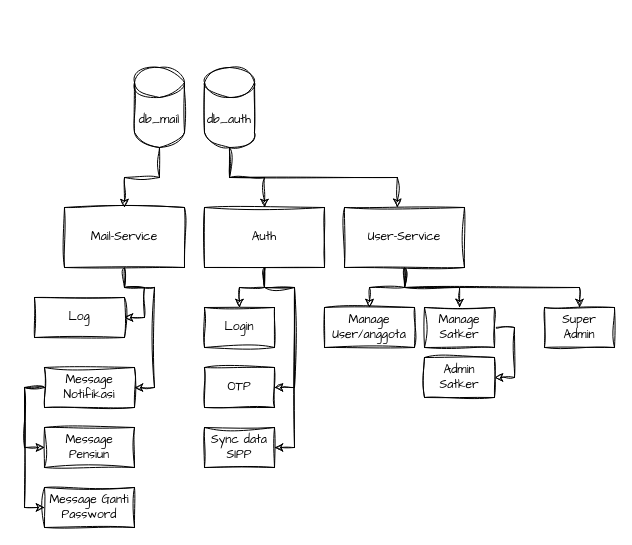
fsdio/draw.io.dev keeps this draw.io diagram as page "service" (4 of 4) of admin_polri.drawio. Above is the earlier version. Source tidied: cells renumbered, new cells numbered last; positions are measured from the earlier drawing's top-left corner, leaving out a move shared by most shapes. Both pictures are drawn from the tidied source at 100%, with x=0, y=0 at pixel (34, 67).
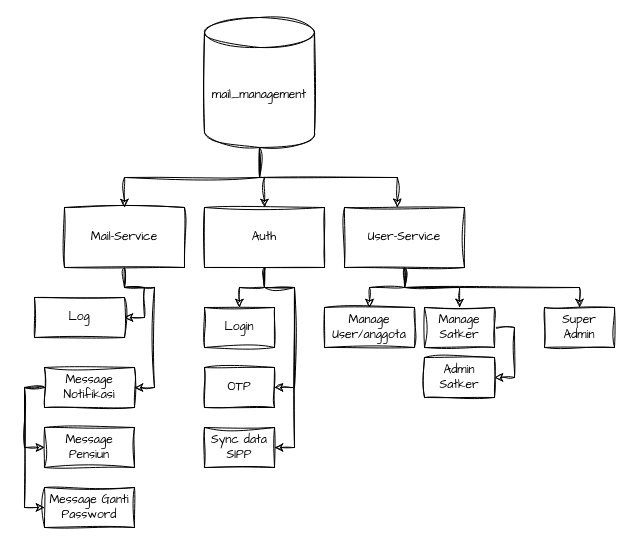
The same diagram, later.

The change refers to these unchanged cells:
```xml
<mxCell id="7" value="Mail-Service" style="rounded=0;whiteSpace=wrap;html=1;hachureGap=4;fontFamily=Architects Daughter;sketch=1;curveFitting=1;jiggle=2;" parent="1" vertex="1">
  <mxGeometry x="30" y="140" width="120" height="60" as="geometry" />
</mxCell>
```

Diff of the diagram source:
```diff
@@
+    <mxCell id="32" style="edgeStyle=orthogonalEdgeStyle;rounded=0;sketch=1;hachureGap=4;jiggle=2;curveFitting=1;jettySize=auto;html=1;exitX=0.5;exitY=1;exitDx=0;exitDy=0;exitPerimeter=0;entryX=0.5;entryY=0;entryDx=0;entryDy=0;fontFamily=Architects Daughter;" parent="1" edge="1" source="21" target="7">
+      <mxGeometry relative="1" as="geometry" />
+    </mxCell>
-    <mxCell id="21" value="db_auth" style="shape=cylinder3;whiteSpace=wrap;html=1;boundedLbl=1;backgroundOutline=1;size=15;hachureGap=4;fontFamily=Architects Daughter;sketch=1;curveFitting=1;jiggle=2;" parent="1" vertex="1">
-      <mxGeometry x="170" width="50" height="80" as="geometry" />
+    <mxCell id="21" value="mail_management" style="shape=cylinder3;whiteSpace=wrap;html=1;boundedLbl=1;backgroundOutline=1;size=15;hachureGap=4;fontFamily=Architects Daughter;sketch=1;curveFitting=1;jiggle=2;" parent="1" vertex="1">
+      <mxGeometry x="170" y="-50" width="110" height="130" as="geometry" />
     </mxCell>
@@
-    <mxCell id="25" style="edgeStyle=orthogonalEdgeStyle;rounded=0;hachureGap=4;jettySize=auto;html=1;exitX=0.5;exitY=1;exitDx=0;exitDy=0;exitPerimeter=0;entryX=0.5;entryY=0;entryDx=0;entryDy=0;fontFamily=Architects Daughter;sketch=1;curveFitting=1;jiggle=2;" parent="1" edge="1" source="26" target="7">
-      <mxGeometry relative="1" as="geometry" />
-    </mxCell>
-    <mxCell id="26" value="db_mail" style="shape=cylinder3;whiteSpace=wrap;html=1;boundedLbl=1;backgroundOutline=1;size=15;hachureGap=4;fontFamily=Architects Daughter;sketch=1;curveFitting=1;jiggle=2;" parent="1" vertex="1">
-      <mxGeometry x="100" width="50" height="80" as="geometry" />
-    </mxCell>
```
